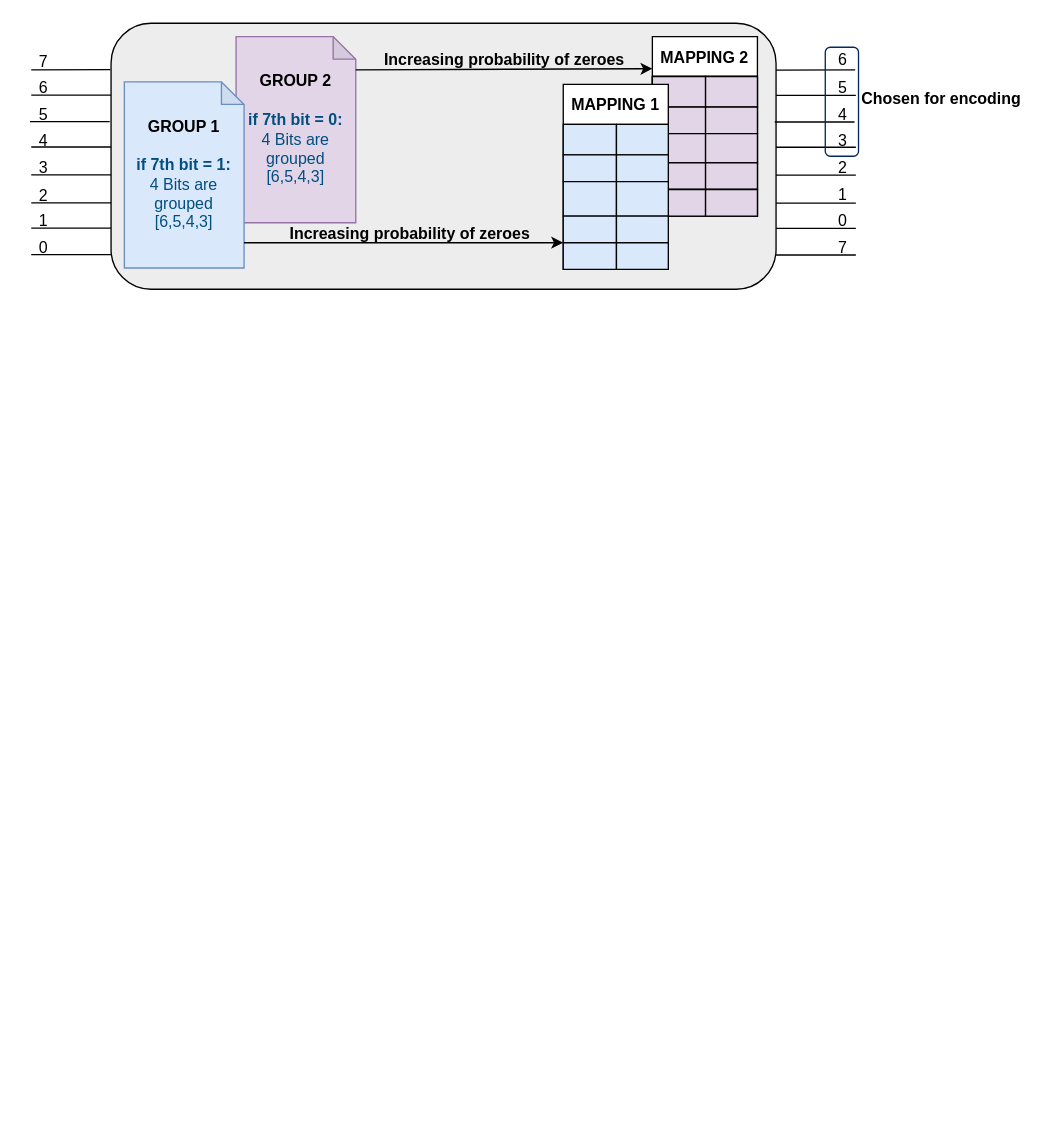
This is Transformations.drawio from Nithyarajoman/Drawio-figures, a draw.io file, before an edit. Source tidied: cells renumbered, new cells numbered last; positions are measured from the earlier drawing's top-left corner, leaving out a move shared by most shapes. Both pictures are drawn from the tidied source at 133%, with x=0, y=0 at pixel (23, 23).
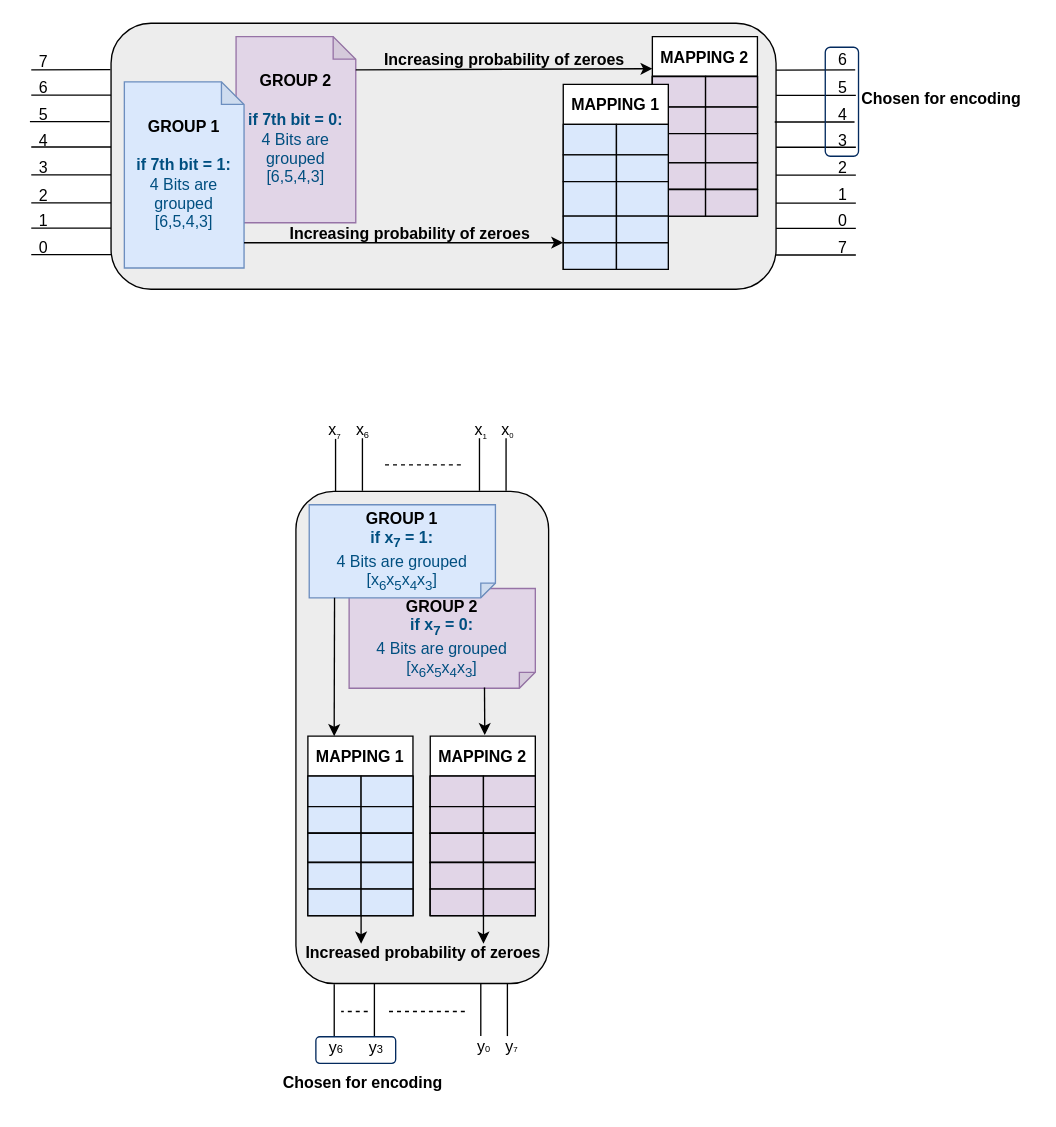
After the change.

Diff of the diagram source:
```diff
@@
+    <mxCell id="75" style="rounded=1;whiteSpace=wrap;html=1;fillColor=light-dark(#ededed, #ededed);direction=south;" parent="1" vertex="1">
+      <mxGeometry x="205" y="352" width="190" height="370" as="geometry" />
+    </mxCell>
+    <mxCell id="76" value="&lt;b&gt;GROUP 2&lt;/b&gt;&lt;div&gt;&lt;div&gt;&lt;font style=&quot;color: light-dark(rgb(0, 79, 128), rgb(237, 237, 237));&quot;&gt;&lt;b&gt;if x&lt;sub&gt;7&lt;/sub&gt;&amp;nbsp;= 0:&lt;/b&gt;&lt;/font&gt;&lt;/div&gt;&lt;div&gt;&lt;font style=&quot;color: light-dark(rgb(0, 79, 128), rgb(237, 237, 237));&quot;&gt;4 Bits are grouped [x&lt;sub&gt;6&lt;/sub&gt;x&lt;sub&gt;5&lt;/sub&gt;x&lt;sub&gt;4&lt;/sub&gt;x&lt;sub&gt;3&lt;/sub&gt;]&lt;/font&gt;&lt;/div&gt;&lt;/div&gt;" style="shape=note;whiteSpace=wrap;html=1;backgroundOutline=1;darkOpacity=0.05;size=12;fillColor=#e1d5e7;strokeColor=#9673a6;direction=south;" parent="1" vertex="1">
+      <mxGeometry x="245" y="425" width="140" height="75" as="geometry" />
+    </mxCell>
@@
+    <mxCell id="77" style="endArrow=none;html=1;rounded=0;entryX=-0.001;entryY=0.124;entryDx=0;entryDy=0;entryPerimeter=0;dashed=1;" parent="1" edge="1">
+      <mxGeometry relative="1" as="geometry">
+        <mxPoint x="329" y="332" as="sourcePoint" />
+        <mxPoint x="269" y="332" as="targetPoint" />
+      </mxGeometry>
+    </mxCell>
+    <mxCell id="78" style="endArrow=none;html=1;rounded=0;entryX=-0.001;entryY=0.124;entryDx=0;entryDy=0;entryPerimeter=0;" parent="1" edge="1">
+      <mxGeometry relative="1" as="geometry">
+        <mxPoint x="234.8" y="352" as="sourcePoint" />
+        <mxPoint x="234.8" y="312.5" as="targetPoint" />
+      </mxGeometry>
+    </mxCell>
+    <mxCell id="79" value="x&lt;sub style=&quot;&quot;&gt;&lt;font style=&quot;font-size: 6px;&quot;&gt;7&lt;/font&gt;&lt;/sub&gt;" style="text;html=1;align=center;verticalAlign=middle;strokeColor=none;fillColor=none;direction=west;" parent="1" vertex="1">
+      <mxGeometry x="219" y="292" width="30" height="30" as="geometry" />
+    </mxCell>
+    <mxCell id="80" style="endArrow=none;html=1;rounded=0;entryX=-0.001;entryY=0.124;entryDx=0;entryDy=0;entryPerimeter=0;" parent="1" edge="1">
+      <mxGeometry relative="1" as="geometry">
+        <mxPoint x="255" y="351.5" as="sourcePoint" />
+        <mxPoint x="255" y="312" as="targetPoint" />
+      </mxGeometry>
+    </mxCell>
+    <mxCell id="81" style="endArrow=none;html=1;rounded=0;entryX=-0.001;entryY=0.124;entryDx=0;entryDy=0;entryPerimeter=0;" parent="1" edge="1">
+      <mxGeometry relative="1" as="geometry">
+        <mxPoint x="343" y="351.5" as="sourcePoint" />
+        <mxPoint x="343" y="312" as="targetPoint" />
+      </mxGeometry>
+    </mxCell>
+    <mxCell id="82" style="endArrow=none;html=1;rounded=0;entryX=-0.001;entryY=0.124;entryDx=0;entryDy=0;entryPerimeter=0;" parent="1" edge="1">
+      <mxGeometry relative="1" as="geometry">
+        <mxPoint x="363" y="351.5" as="sourcePoint" />
+        <mxPoint x="363" y="312" as="targetPoint" />
+      </mxGeometry>
+    </mxCell>
+    <mxCell id="83" value="x&lt;span style=&quot;font-size: 8.33333px;&quot;&gt;&lt;sub&gt;6&lt;/sub&gt;&lt;/span&gt;" style="text;html=1;align=center;verticalAlign=middle;strokeColor=none;fillColor=none;direction=west;" parent="1" vertex="1">
+      <mxGeometry x="240" y="291" width="30" height="30" as="geometry" />
+    </mxCell>
+    <mxCell id="84" value="x&lt;sub style=&quot;&quot;&gt;&lt;font style=&quot;font-size: 6px;&quot;&gt;1&lt;/font&gt;&lt;/sub&gt;" style="text;html=1;align=center;verticalAlign=middle;strokeColor=none;fillColor=none;direction=west;" parent="1" vertex="1">
+      <mxGeometry x="329" y="292" width="30" height="30" as="geometry" />
+    </mxCell>
+    <mxCell id="85" value="x&lt;span style=&quot;font-size: 6.94444px;&quot;&gt;&lt;sub&gt;0&lt;/sub&gt;&lt;/span&gt;" style="text;html=1;align=center;verticalAlign=middle;strokeColor=none;fillColor=none;direction=west;" parent="1" vertex="1">
+      <mxGeometry x="349" y="291" width="30" height="30" as="geometry" />
+    </mxCell>
+    <mxCell id="86" value="&lt;b&gt;GROUP 1&lt;/b&gt;&lt;div&gt;&lt;div&gt;&lt;font style=&quot;color: light-dark(rgb(0, 79, 128), rgb(237, 237, 237));&quot;&gt;&lt;b&gt;if x&lt;sub&gt;7&lt;/sub&gt;&amp;nbsp;= 1:&lt;/b&gt;&lt;/font&gt;&lt;/div&gt;&lt;div&gt;&lt;font style=&quot;color: light-dark(rgb(0, 79, 128), rgb(237, 237, 237));&quot;&gt;4 Bits are grouped [x&lt;sub&gt;&lt;font&gt;6&lt;/font&gt;&lt;/sub&gt;x&lt;sub&gt;&lt;font&gt;5&lt;/font&gt;&lt;/sub&gt;x&lt;sub&gt;4&lt;/sub&gt;x&lt;sub style=&quot;&quot;&gt;&lt;font&gt;3&lt;/font&gt;&lt;/sub&gt;]&lt;/font&gt;&lt;/div&gt;&lt;/div&gt;" style="shape=note;whiteSpace=wrap;html=1;backgroundOutline=1;darkOpacity=0.05;size=11;fillColor=#dae8fc;strokeColor=#6c8ebf;direction=south;" parent="1" vertex="1">
+      <mxGeometry x="215" y="362" width="140" height="70" as="geometry" />
+    </mxCell>
+    <mxCell id="87" value="MAPPING 2" style="shape=table;startSize=30;childLayout=tableLayout;strokeColor=default;fontSize=12;fontStyle=1;" parent="1" vertex="1">
+      <mxGeometry x="306" y="536" width="79" height="135" as="geometry" />
+    </mxCell>
+    <mxCell id="88" style="shape=tableRow;horizontal=0;startSize=0;swimlaneHead=0;swimlaneBody=0;strokeColor=light-dark(#000000, #9577a3);top=1;left=1;bottom=1;right=1;fillColor=none;fontSize=16;" parent="87" vertex="1">
+      <mxGeometry y="30" width="79" height="23" as="geometry" />
+    </mxCell>
+    <mxCell id="89" style="shape=partialRectangle;html=1;whiteSpace=wrap;strokeColor=light-dark(#000000, #9577a3);overflow=hidden;fillColor=#e1d5e7;top=1;left=1;bottom=1;right=1;fontSize=16;" parent="88" vertex="1">
+      <mxGeometry width="40" height="23" as="geometry" />
+    </mxCell>
+    <mxCell id="90" style="shape=partialRectangle;html=1;whiteSpace=wrap;strokeColor=light-dark(#000000, #9577a3);overflow=hidden;fillColor=#e1d5e7;top=1;left=1;bottom=1;right=1;fontSize=16;" parent="88" vertex="1">
+      <mxGeometry x="40" width="39" height="23" as="geometry" />
+    </mxCell>
+    <mxCell id="91" style="shape=tableRow;horizontal=0;startSize=0;swimlaneHead=0;swimlaneBody=0;strokeColor=light-dark(#000000, #9577a3);top=1;left=1;bottom=1;right=1;fillColor=none;fontSize=16;" parent="87" vertex="1">
+      <mxGeometry y="53" width="79" height="20" as="geometry" />
+    </mxCell>
+    <mxCell id="92" style="shape=partialRectangle;html=1;whiteSpace=wrap;strokeColor=light-dark(#000000, #9577a3);overflow=hidden;fillColor=#e1d5e7;top=1;left=1;bottom=1;right=1;fontSize=16;" parent="91" vertex="1">
+      <mxGeometry width="40" height="20" as="geometry" />
+    </mxCell>
+    <mxCell id="93" style="shape=partialRectangle;html=1;whiteSpace=wrap;strokeColor=light-dark(#000000, #9577a3);overflow=hidden;fillColor=#e1d5e7;top=1;left=1;bottom=1;right=1;fontSize=16;" parent="91" vertex="1">
+      <mxGeometry x="40" width="39" height="20" as="geometry" />
+    </mxCell>
+    <mxCell id="94" style="shape=tableRow;horizontal=0;startSize=0;swimlaneHead=0;swimlaneBody=0;strokeColor=light-dark(#000000, #9577a3);top=1;left=1;bottom=1;right=1;fillColor=none;fontSize=16;" parent="87" vertex="1">
+      <mxGeometry y="73" width="79" height="22" as="geometry" />
+    </mxCell>
+    <mxCell id="95" style="shape=partialRectangle;html=1;whiteSpace=wrap;strokeColor=light-dark(#000000, #9577a3);overflow=hidden;fillColor=#e1d5e7;top=1;left=1;bottom=1;right=1;fontSize=16;" parent="94" vertex="1">
+      <mxGeometry width="40" height="22" as="geometry" />
+    </mxCell>
+    <mxCell id="96" style="shape=partialRectangle;html=1;whiteSpace=wrap;strokeColor=light-dark(#000000, #9577a3);overflow=hidden;fillColor=#e1d5e7;top=1;left=1;bottom=1;right=1;fontSize=16;" parent="94" vertex="1">
+      <mxGeometry x="40" width="39" height="22" as="geometry" />
+    </mxCell>
+    <mxCell id="97" style="shape=tableRow;horizontal=0;startSize=0;swimlaneHead=0;swimlaneBody=0;strokeColor=light-dark(#000000, #9577a3);top=1;left=1;bottom=1;right=1;fillColor=none;fontSize=16;" parent="87" vertex="1">
+      <mxGeometry y="95" width="79" height="20" as="geometry" />
+    </mxCell>
+    <mxCell id="98" style="shape=partialRectangle;html=1;whiteSpace=wrap;strokeColor=light-dark(#000000, #9577a3);overflow=hidden;fillColor=#e1d5e7;top=1;left=1;bottom=1;right=1;fontSize=16;" parent="97" vertex="1">
+      <mxGeometry width="40" height="20" as="geometry" />
+    </mxCell>
+    <mxCell id="99" style="shape=partialRectangle;html=1;whiteSpace=wrap;strokeColor=light-dark(#000000, #9577a3);overflow=hidden;fillColor=#e1d5e7;top=1;left=1;bottom=1;right=1;fontSize=16;" parent="97" vertex="1">
+      <mxGeometry x="40" width="39" height="20" as="geometry" />
+    </mxCell>
+    <mxCell id="100" style="shape=tableRow;horizontal=0;startSize=0;swimlaneHead=0;swimlaneBody=0;strokeColor=light-dark(#000000, #9577a3);top=1;left=1;bottom=1;right=1;fillColor=none;fontSize=16;" parent="87" vertex="1">
+      <mxGeometry y="115" width="79" height="20" as="geometry" />
+    </mxCell>
+    <mxCell id="101" style="shape=partialRectangle;html=1;whiteSpace=wrap;strokeColor=light-dark(#000000, #9577a3);overflow=hidden;fillColor=#e1d5e7;top=1;left=1;bottom=1;right=1;fontSize=16;" parent="100" vertex="1">
+      <mxGeometry width="40" height="20" as="geometry" />
+    </mxCell>
+    <mxCell id="102" style="shape=partialRectangle;html=1;whiteSpace=wrap;strokeColor=light-dark(#000000, #9577a3);overflow=hidden;fillColor=#e1d5e7;top=1;left=1;bottom=1;right=1;fontSize=16;" parent="100" vertex="1">
+      <mxGeometry x="40" width="39" height="20" as="geometry" />
+    </mxCell>
+    <mxCell id="103" value="MAPPING 1" style="shape=table;startSize=30;childLayout=tableLayout;strokeColor=default;fontSize=12;fontStyle=1;" parent="1" vertex="1">
+      <mxGeometry x="214" y="536" width="79" height="135" as="geometry" />
+    </mxCell>
+    <mxCell id="104" style="shape=tableRow;horizontal=0;startSize=0;swimlaneHead=0;swimlaneBody=0;strokeColor=light-dark(#000000, #9577a3);top=1;left=1;bottom=1;right=1;fillColor=none;fontSize=16;" parent="103" vertex="1">
+      <mxGeometry y="30" width="79" height="23" as="geometry" />
+    </mxCell>
+    <mxCell id="105" style="shape=partialRectangle;html=1;whiteSpace=wrap;strokeColor=light-dark(#050505, #5c79a3);overflow=hidden;fillColor=#dae8fc;top=1;left=1;bottom=1;right=1;fontSize=16;" parent="104" vertex="1">
+      <mxGeometry width="40" height="23" as="geometry" />
+    </mxCell>
+    <mxCell id="106" style="shape=partialRectangle;html=1;whiteSpace=wrap;strokeColor=light-dark(#050505, #5c79a3);overflow=hidden;fillColor=#dae8fc;top=1;left=1;bottom=1;right=1;fontSize=16;" parent="104" vertex="1">
+      <mxGeometry x="40" width="39" height="23" as="geometry" />
+    </mxCell>
+    <mxCell id="107" style="shape=tableRow;horizontal=0;startSize=0;swimlaneHead=0;swimlaneBody=0;strokeColor=light-dark(#000000, #9577a3);top=1;left=1;bottom=1;right=1;fillColor=none;fontSize=16;" parent="103" vertex="1">
+      <mxGeometry y="53" width="79" height="20" as="geometry" />
+    </mxCell>
+    <mxCell id="108" style="shape=partialRectangle;html=1;whiteSpace=wrap;strokeColor=light-dark(#050505, #5c79a3);overflow=hidden;fillColor=#dae8fc;top=1;left=1;bottom=1;right=1;fontSize=16;" parent="107" vertex="1">
+      <mxGeometry width="40" height="20" as="geometry" />
+    </mxCell>
+    <mxCell id="109" style="shape=partialRectangle;html=1;whiteSpace=wrap;strokeColor=light-dark(#050505, #5c79a3);overflow=hidden;fillColor=#dae8fc;top=1;left=1;bottom=1;right=1;fontSize=16;" parent="107" vertex="1">
+      <mxGeometry x="40" width="39" height="20" as="geometry" />
+    </mxCell>
+    <mxCell id="110" style="shape=tableRow;horizontal=0;startSize=0;swimlaneHead=0;swimlaneBody=0;strokeColor=light-dark(#000000, #9577a3);top=1;left=1;bottom=1;right=1;fillColor=none;fontSize=16;" parent="103" vertex="1">
+      <mxGeometry y="73" width="79" height="22" as="geometry" />
+    </mxCell>
+    <mxCell id="111" style="shape=partialRectangle;html=1;whiteSpace=wrap;strokeColor=light-dark(#050505, #5c79a3);overflow=hidden;fillColor=#dae8fc;top=1;left=1;bottom=1;right=1;fontSize=16;" parent="110" vertex="1">
+      <mxGeometry width="40" height="22" as="geometry" />
+    </mxCell>
+    <mxCell id="112" style="shape=partialRectangle;html=1;whiteSpace=wrap;strokeColor=light-dark(#050505, #5c79a3);overflow=hidden;fillColor=#dae8fc;top=1;left=1;bottom=1;right=1;fontSize=16;" parent="110" vertex="1">
+      <mxGeometry x="40" width="39" height="22" as="geometry" />
+    </mxCell>
+    <mxCell id="113" style="shape=tableRow;horizontal=0;startSize=0;swimlaneHead=0;swimlaneBody=0;strokeColor=light-dark(#000000, #9577a3);top=1;left=1;bottom=1;right=1;fillColor=none;fontSize=16;" parent="103" vertex="1">
+      <mxGeometry y="95" width="79" height="20" as="geometry" />
+    </mxCell>
+    <mxCell id="114" style="shape=partialRectangle;html=1;whiteSpace=wrap;strokeColor=light-dark(#050505, #5c79a3);overflow=hidden;fillColor=#dae8fc;top=1;left=1;bottom=1;right=1;fontSize=16;" parent="113" vertex="1">
+      <mxGeometry width="40" height="20" as="geometry" />
+    </mxCell>
+    <mxCell id="115" style="shape=partialRectangle;html=1;whiteSpace=wrap;strokeColor=light-dark(#050505, #5c79a3);overflow=hidden;fillColor=#dae8fc;top=1;left=1;bottom=1;right=1;fontSize=16;" parent="113" vertex="1">
+      <mxGeometry x="40" width="39" height="20" as="geometry" />
+    </mxCell>
+    <mxCell id="116" style="shape=tableRow;horizontal=0;startSize=0;swimlaneHead=0;swimlaneBody=0;strokeColor=light-dark(#000000, #9577a3);top=1;left=1;bottom=1;right=1;fillColor=none;fontSize=16;" parent="103" vertex="1">
+      <mxGeometry y="115" width="79" height="20" as="geometry" />
+    </mxCell>
+    <mxCell id="117" style="shape=partialRectangle;html=1;whiteSpace=wrap;strokeColor=light-dark(#050505, #5c79a3);overflow=hidden;fillColor=#dae8fc;top=1;left=1;bottom=1;right=1;fontSize=16;" parent="116" vertex="1">
+      <mxGeometry width="40" height="20" as="geometry" />
+    </mxCell>
+    <mxCell id="118" style="shape=partialRectangle;html=1;whiteSpace=wrap;strokeColor=light-dark(#050505, #5c79a3);overflow=hidden;fillColor=#dae8fc;top=1;left=1;bottom=1;right=1;fontSize=16;" parent="116" vertex="1">
+      <mxGeometry x="40" width="39" height="20" as="geometry" />
+    </mxCell>
+    <mxCell id="119" value="&lt;b&gt;Increased probability of zeroes&lt;/b&gt;" style="text;html=1;align=center;verticalAlign=middle;whiteSpace=wrap;rounded=0;" parent="1" vertex="1">
+      <mxGeometry x="206" y="684" width="190" height="30" as="geometry" />
+    </mxCell>
+    <mxCell id="120" style="endArrow=classic;html=1;rounded=0;exitX=1;exitY=0.864;exitDx=0;exitDy=0;exitPerimeter=0;entryX=0.25;entryY=0;entryDx=0;entryDy=0;" parent="1" edge="1" source="86" target="103">
+      <mxGeometry relative="1" as="geometry" />
+    </mxCell>
+    <mxCell id="121" style="endArrow=classic;html=1;rounded=0;entryX=0.57;entryY=-0.006;entryDx=0;entryDy=0;entryPerimeter=0;exitX=0.993;exitY=0.273;exitDx=0;exitDy=0;exitPerimeter=0;" parent="1" edge="1" source="76">
+      <mxGeometry relative="1" as="geometry">
+        <mxPoint x="347" y="535.2" as="targetPoint" />
+      </mxGeometry>
+    </mxCell>
+    <mxCell id="122" style="endArrow=classic;html=1;rounded=0;exitX=0.993;exitY=0.273;exitDx=0;exitDy=0;exitPerimeter=0;" parent="1" edge="1">
+      <mxGeometry relative="1" as="geometry">
+        <mxPoint x="254" y="671" as="sourcePoint" />
+        <mxPoint x="254" y="692" as="targetPoint" />
+      </mxGeometry>
+    </mxCell>
+    <mxCell id="123" style="endArrow=classic;html=1;rounded=0;exitX=0.993;exitY=0.273;exitDx=0;exitDy=0;exitPerimeter=0;" parent="1" edge="1">
+      <mxGeometry relative="1" as="geometry">
+        <mxPoint x="346" y="671" as="sourcePoint" />
+        <mxPoint x="346" y="692" as="targetPoint" />
+      </mxGeometry>
+    </mxCell>
+    <mxCell id="124" style="endArrow=none;html=1;rounded=0;entryX=-0.001;entryY=0.124;entryDx=0;entryDy=0;entryPerimeter=0;dashed=1;" parent="1" edge="1">
+      <mxGeometry relative="1" as="geometry">
+        <mxPoint x="332" y="743" as="sourcePoint" />
+        <mxPoint x="272" y="743" as="targetPoint" />
+      </mxGeometry>
+    </mxCell>
+    <mxCell id="125" style="endArrow=none;html=1;rounded=0;entryX=-0.001;entryY=0.124;entryDx=0;entryDy=0;entryPerimeter=0;" parent="1" edge="1">
+      <mxGeometry relative="1" as="geometry">
+        <mxPoint x="233.8" y="762" as="sourcePoint" />
+        <mxPoint x="233.8" y="722.5" as="targetPoint" />
+      </mxGeometry>
+    </mxCell>
+    <mxCell id="126" value="&lt;sub style=&quot;&quot;&gt;&lt;font style=&quot;font-size: 12px;&quot;&gt;y&lt;/font&gt;&lt;font style=&quot;font-size: 6px;&quot;&gt;7&lt;/font&gt;&lt;/sub&gt;" style="text;html=1;align=center;verticalAlign=middle;strokeColor=none;fillColor=none;direction=west;" parent="1" vertex="1">
+      <mxGeometry x="352" y="753" width="30" height="30" as="geometry" />
+    </mxCell>
+    <mxCell id="127" style="endArrow=none;html=1;rounded=0;entryX=-0.001;entryY=0.124;entryDx=0;entryDy=0;entryPerimeter=0;" parent="1" edge="1">
+      <mxGeometry relative="1" as="geometry">
+        <mxPoint x="264" y="761.5" as="sourcePoint" />
+        <mxPoint x="264" y="722" as="targetPoint" />
+      </mxGeometry>
+    </mxCell>
+    <mxCell id="128" style="endArrow=none;html=1;rounded=0;entryX=-0.001;entryY=0.124;entryDx=0;entryDy=0;entryPerimeter=0;" parent="1" edge="1">
+      <mxGeometry relative="1" as="geometry">
+        <mxPoint x="344" y="761.5" as="sourcePoint" />
+        <mxPoint x="344" y="722" as="targetPoint" />
+      </mxGeometry>
+    </mxCell>
+    <mxCell id="129" style="endArrow=none;html=1;rounded=0;entryX=-0.001;entryY=0.124;entryDx=0;entryDy=0;entryPerimeter=0;" parent="1" edge="1">
+      <mxGeometry relative="1" as="geometry">
+        <mxPoint x="364" y="761.5" as="sourcePoint" />
+        <mxPoint x="364" y="722" as="targetPoint" />
+      </mxGeometry>
+    </mxCell>
+    <mxCell id="130" value="&lt;sub style=&quot;&quot;&gt;&lt;span style=&quot;font-size: 12px;&quot;&gt;y&lt;/span&gt;&lt;span style=&quot;font-size: 8.33333px;&quot;&gt;6&lt;/span&gt;&lt;/sub&gt;" style="text;html=1;align=center;verticalAlign=middle;strokeColor=none;fillColor=none;direction=west;" parent="1" vertex="1">
+      <mxGeometry x="220" y="754" width="30" height="30" as="geometry" />
+    </mxCell>
+    <mxCell id="131" value="&lt;sub style=&quot;&quot;&gt;&lt;span style=&quot;font-size: 12px;&quot;&gt;y&lt;/span&gt;&lt;span style=&quot;font-size: 6.94444px;&quot;&gt;0&lt;/span&gt;&lt;/sub&gt;" style="text;html=1;align=center;verticalAlign=middle;strokeColor=none;fillColor=none;direction=west;" parent="1" vertex="1">
+      <mxGeometry x="330.5" y="753" width="30" height="30" as="geometry" />
+    </mxCell>
+    <mxCell id="132" style="endArrow=none;html=1;rounded=0;dashed=1;" parent="1" edge="1">
+      <mxGeometry relative="1" as="geometry">
+        <mxPoint x="259" y="743" as="sourcePoint" />
+        <mxPoint x="239" y="743" as="targetPoint" />
+      </mxGeometry>
+    </mxCell>
+    <mxCell id="133" value="&lt;sub style=&quot;&quot;&gt;&lt;span style=&quot;font-size: 12px;&quot;&gt;y&lt;/span&gt;&lt;span style=&quot;font-size: 8.33333px;&quot;&gt;3&lt;/span&gt;&lt;/sub&gt;" style="text;html=1;align=center;verticalAlign=middle;strokeColor=none;fillColor=none;direction=west;" parent="1" vertex="1">
+      <mxGeometry x="250" y="754" width="30" height="30" as="geometry" />
+    </mxCell>
+    <mxCell id="134" style="rounded=1;whiteSpace=wrap;html=1;fillStyle=auto;fillColor=none;strokeColor=light-dark(#032a5e, #ededed);direction=south;" parent="1" vertex="1">
+      <mxGeometry x="220" y="762" width="60" height="20" as="geometry" />
+    </mxCell>
+    <mxCell id="135" value="&lt;b&gt;Chosen for encoding&lt;/b&gt;" style="text;html=1;align=center;verticalAlign=middle;strokeColor=none;fillColor=none;" parent="1" vertex="1">
+      <mxGeometry x="185" y="782" width="140" height="30" as="geometry" />
+    </mxCell>
```
